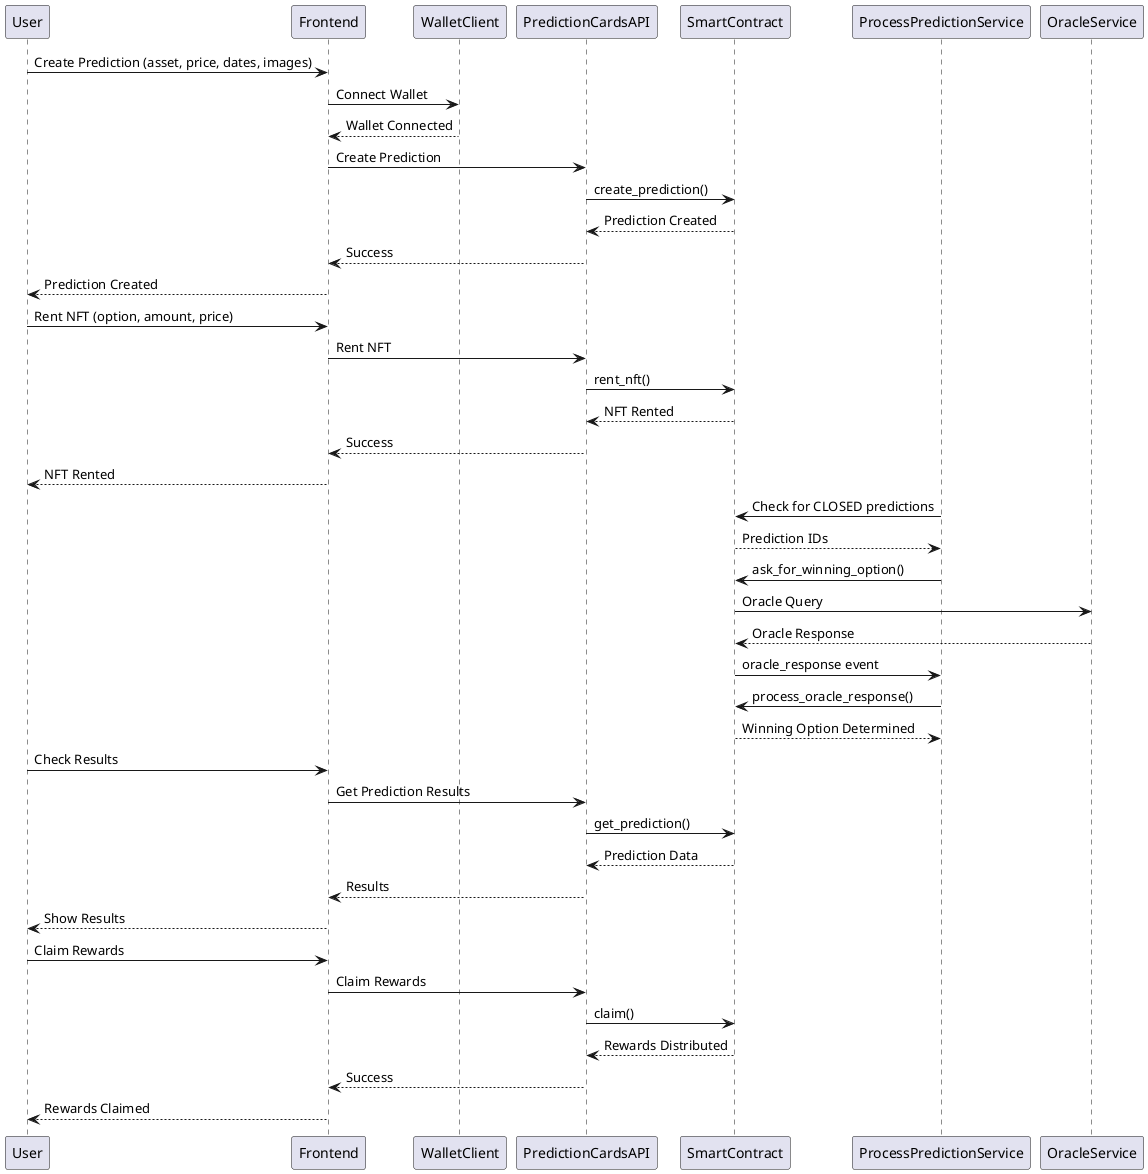
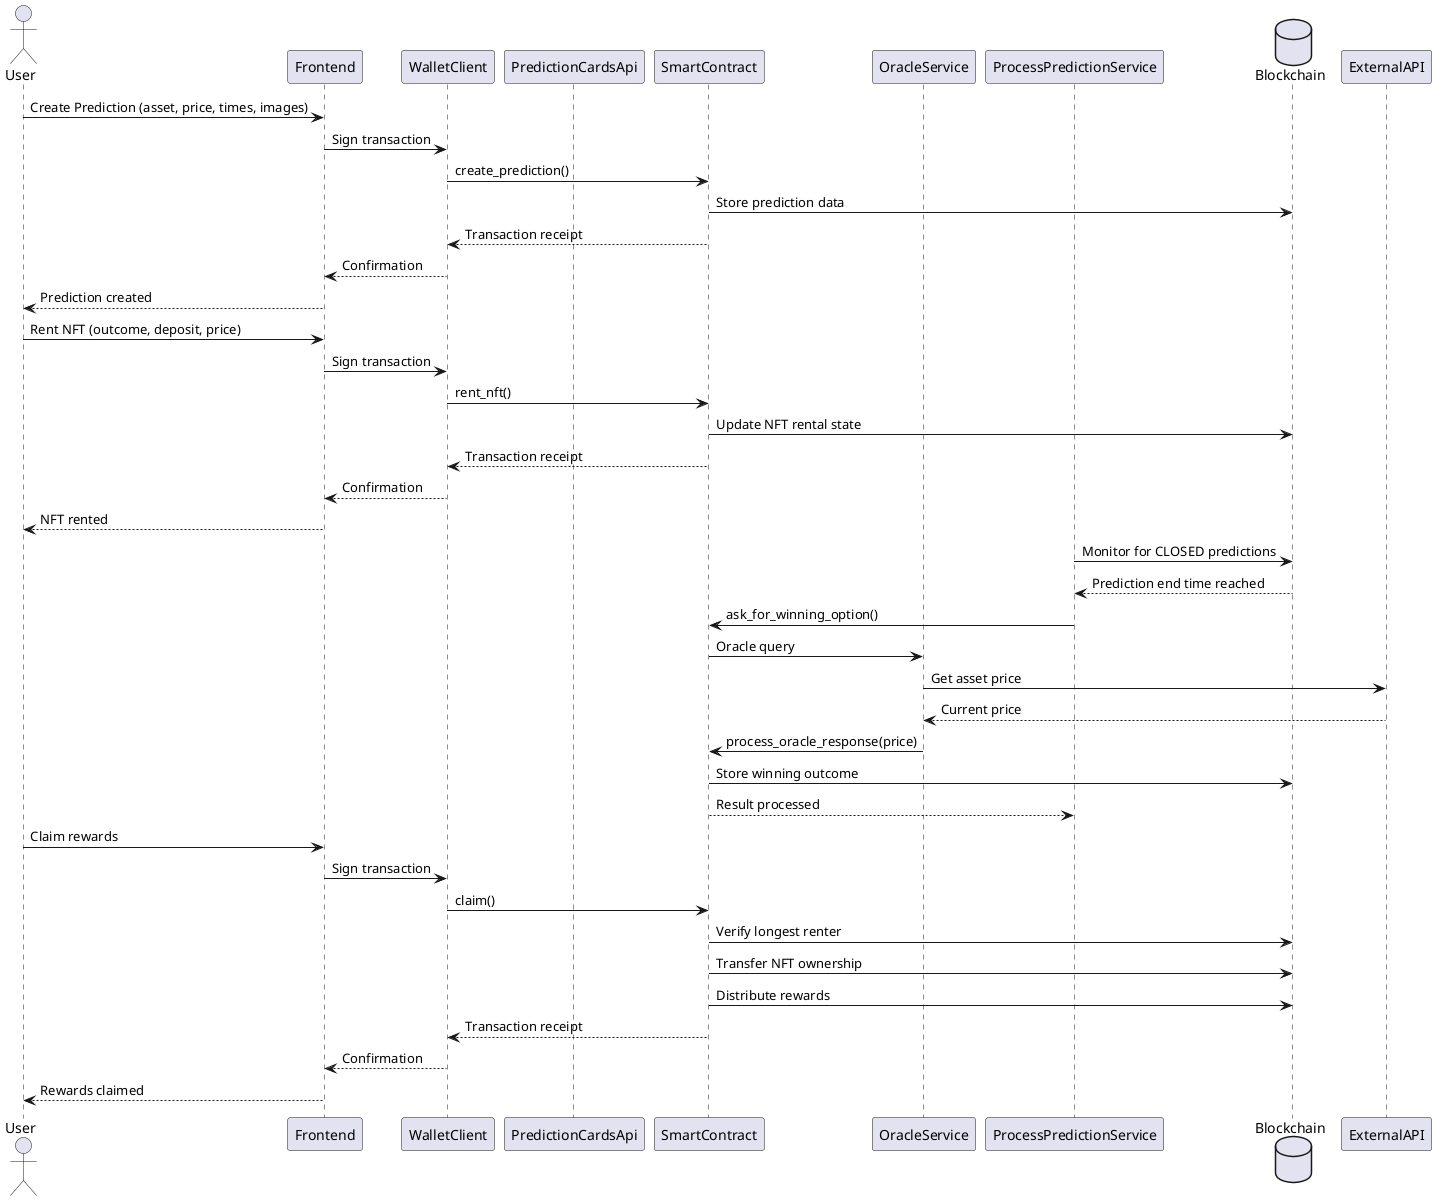
- Here's the PlantUML sequence diagram for the `kryptokrauts_ae-prediction-cards` system focusing on control flow:
+ Here's the PlantUML sequence diagram for the control flow in `kryptokrauts_ae-prediction-cards`:

```plantuml
@startuml kryptokrauts_ae-prediction-cards
- participant "User" as user
- participant "Frontend" as frontend
- participant "WalletClient" as wallet
- participant "PredictionCardsAPI" as api
- participant "SmartContract" as contract
- participant "ProcessPredictionService" as processor
- participant "OracleService" as oracle
+ actor User
+ participant Frontend
+ participant WalletClient
+ participant PredictionCardsApi
+ participant SmartContract
+ participant OracleService
+ participant ProcessPredictionService
+ database Blockchain

- user -> frontend: Create Prediction (asset, price, dates, images)
- frontend -> wallet: Connect Wallet
- wallet --> frontend: Wallet Connected
- frontend -> api: Create Prediction
- api -> contract: create_prediction()
- contract --> api: Prediction Created
- api --> frontend: Success
- frontend --> user: Prediction Created
+ User -> Frontend: Create Prediction (asset, price, times, images)
+ Frontend -> WalletClient: Sign transaction
+ WalletClient -> SmartContract: create_prediction()
+ SmartContract -> Blockchain: Store prediction data
+ SmartContract --> WalletClient: Transaction receipt
+ WalletClient --> Frontend: Confirmation
+ Frontend --> User: Prediction created

- user -> frontend: Rent NFT (option, amount, price)
- frontend -> api: Rent NFT
- api -> contract: rent_nft()
- contract --> api: NFT Rented
- api --> frontend: Success
- frontend --> user: NFT Rented
+ User -> Frontend: Rent NFT (outcome, deposit, price)
+ Frontend -> WalletClient: Sign transaction
+ WalletClient -> SmartContract: rent_nft()
+ SmartContract -> Blockchain: Update NFT rental state
+ SmartContract --> WalletClient: Transaction receipt
+ WalletClient --> Frontend: Confirmation
+ Frontend --> User: NFT rented

- processor -> contract: Check for CLOSED predictions
- contract --> processor: Prediction IDs
- processor -> contract: ask_for_winning_option()
- contract -> oracle: Oracle Query
- oracle --> contract: Oracle Response
- contract -> processor: oracle_response event
- processor -> contract: process_oracle_response()
- contract --> processor: Winning Option Determined
+ ProcessPredictionService -> Blockchain: Monitor for CLOSED predictions
+ Blockchain --> ProcessPredictionService: Prediction end time reached
+ ProcessPredictionService -> SmartContract: ask_for_winning_option()
+ SmartContract -> OracleService: Oracle query
+ OracleService -> ExternalAPI: Get asset price
+ ExternalAPI --> OracleService: Current price
+ OracleService -> SmartContract: process_oracle_response(price)
+ SmartContract -> Blockchain: Store winning outcome
+ SmartContract --> ProcessPredictionService: Result processed

- user -> frontend: Check Results
- frontend -> api: Get Prediction Results
- api -> contract: get_prediction()
- contract --> api: Prediction Data
- api --> frontend: Results
- frontend --> user: Show Results
- 
- user -> frontend: Claim Rewards
- frontend -> api: Claim Rewards
- api -> contract: claim()
- contract --> api: Rewards Distributed
- api --> frontend: Success
- frontend --> user: Rewards Claimed
+ User -> Frontend: Claim rewards
+ Frontend -> WalletClient: Sign transaction
+ WalletClient -> SmartContract: claim()
+ SmartContract -> Blockchain: Verify longest renter
+ SmartContract -> Blockchain: Transfer NFT ownership
+ SmartContract -> Blockchain: Distribute rewards
+ SmartContract --> WalletClient: Transaction receipt
+ WalletClient --> Frontend: Confirmation
+ Frontend --> User: Rewards claimed
@enduml
```